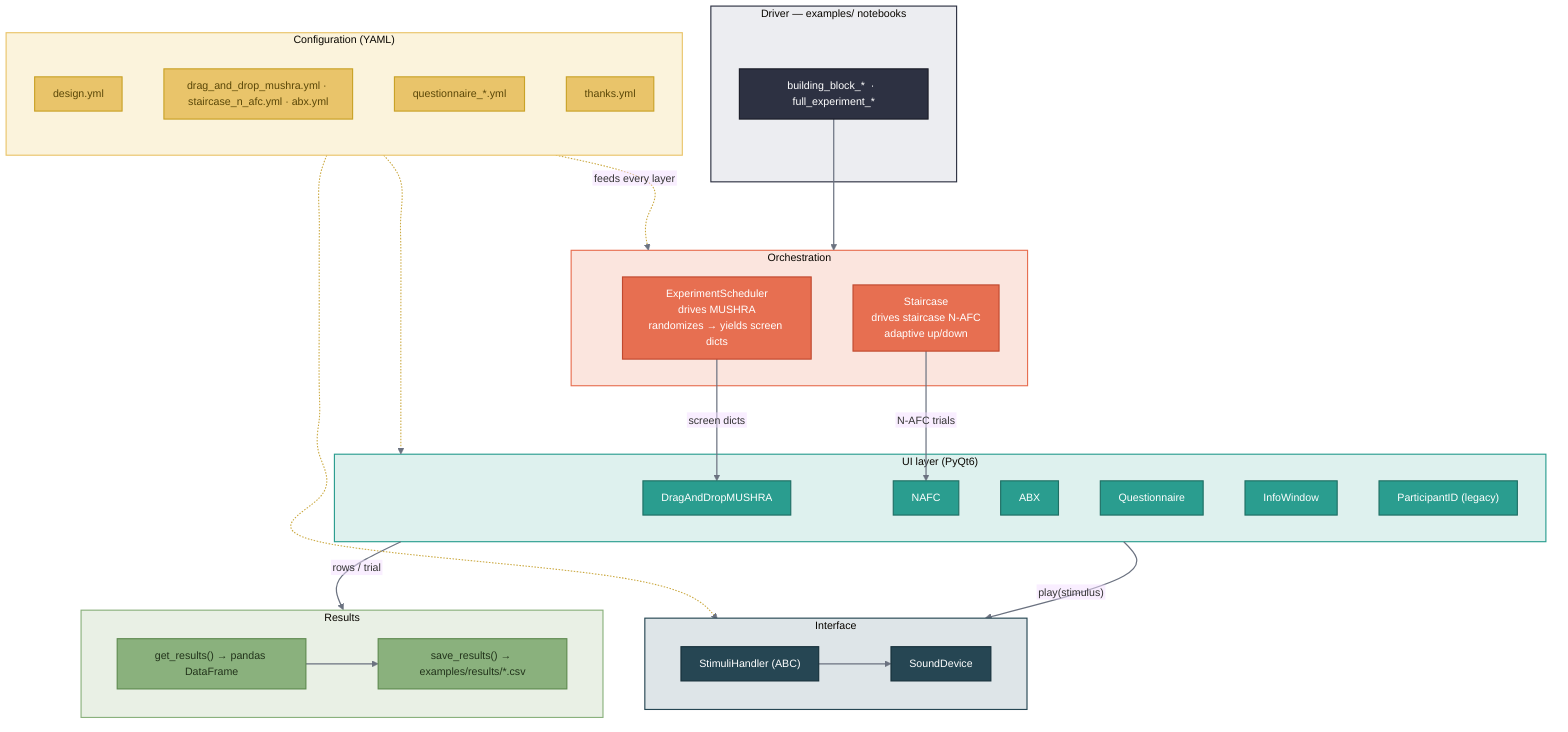
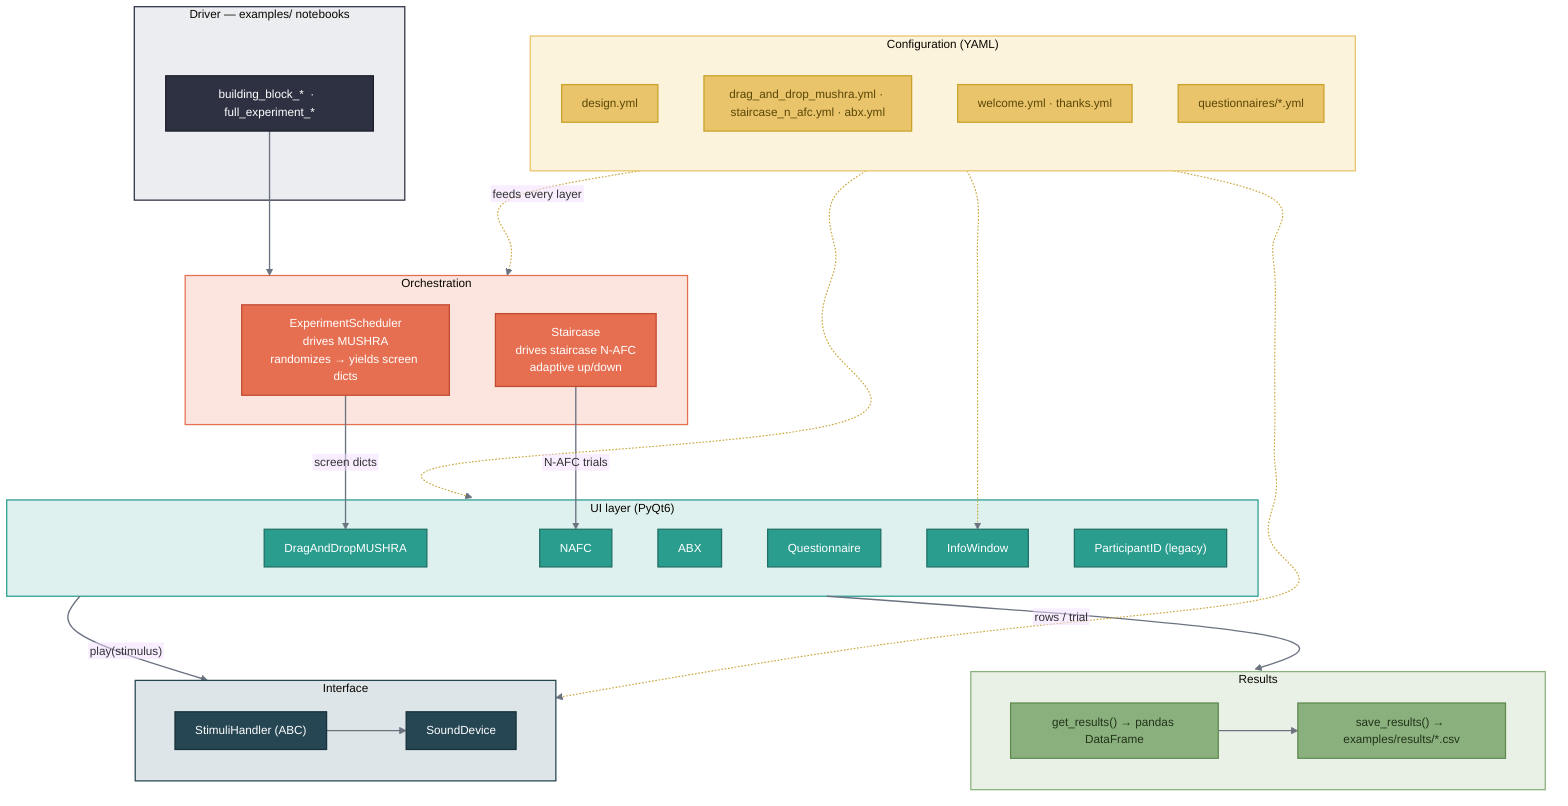
%% whispy architecture — paste into https://mermaid.live to export PNG/SVG
%%{init: {"theme":"base","fontFamily":"Arial","themeVariables":{"fontFamily":"Arial","fontSize":"14px","lineColor":"#6b7280"},"flowchart":{"curve":"natural","nodeSpacing":55,"rankSpacing":70,"padding":12,"htmlLabels":false,"useMaxWidth":true}}}%%

flowchart TB
    subgraph DRV["Driver — examples/ notebooks"]
        NB["building_block_*  ·  full_experiment_*"]
    end

    subgraph CFG["Configuration (YAML)"]
        direction TB
        C1["design.yml"]
        C2["drag_and_drop_mushra.yml · staircase_n_afc.yml · abx.yml"]
-         C5["questionnaire_*.yml"]
-         C6["thanks.yml"]
+         C3["welcome.yml · thanks.yml"]
+         C4["questionnaires/*.yml"]
    end

    subgraph ORCH["Orchestration"]
        SCH["ExperimentScheduler<br/>drives MUSHRA<br/>randomizes → yields screen dicts"]
        STC["Staircase<br/>drives staircase N-AFC<br/>adaptive up/down"]
    end

    subgraph UI["UI layer (PyQt6)"]
        MU["DragAndDropMUSHRA"]
        NA["NAFC"]
        AB["ABX"]
        QU["Questionnaire"]
        IN["InfoWindow"]
        PI["ParticipantID (legacy)"]
    end

    subgraph AUD["Interface"]
        SH["StimuliHandler (ABC)"]
        SD["SoundDevice"]
    end

    subgraph RES["Results"]
        GR["get_results() → pandas DataFrame"]
        SR["save_results() → examples/results/*.csv"]
    end

    NB --> ORCH
    SCH -->|screen dicts| MU
    STC -->|N-AFC trials| NA
    UI -->|"play(stimulus)"| AUD
    SH --> SD
    UI -->|rows / trial| RES
    GR --> SR

    CFG -. feeds every layer .-> ORCH
    CFG -.-> UI
    CFG -.-> AUD
+     C3 -.-> IN

    classDef cfg fill:#E9C46A,stroke:#C9A227,stroke-width:1.5px,color:#5a4708;
    classDef orch fill:#E76F51,stroke:#c0492f,stroke-width:1.5px,color:#fff;
    classDef ui fill:#2A9D8F,stroke:#1f6f64,stroke-width:1.5px,color:#fff;
    classDef aud fill:#264653,stroke:#16303a,stroke-width:1.5px,color:#fff;
    classDef res fill:#8AB17D,stroke:#5e8a4f,stroke-width:1.5px,color:#22331b;
    classDef drv fill:#2D3142,stroke:#1b1d28,stroke-width:1.5px,color:#fff;
-     class C1,C2,C5,C6 cfg;
+     class C1,C2,C3,C4 cfg;
    class SCH,STC orch;
    class MU,NA,AB,QU,IN,PI ui;
    class SH,SD aud;
    class GR,SR res;
    class NB drv;

    %% soft per-cluster background tints (a light wash of each group's colour)
    style DRV fill:#ECEDF1,stroke:#2D3142,stroke-width:1.5px,color:#2D3142;
    style CFG fill:#FBF3DC,stroke:#E9C46A,stroke-width:1.5px,color:#5a4708;
    style ORCH fill:#FBE5DE,stroke:#E76F51,stroke-width:1.5px,color:#7a2e1c;
    style UI fill:#DEF1EE,stroke:#2A9D8F,stroke-width:1.5px,color:#1f6f64;
    style AUD fill:#DEE5E8,stroke:#264653,stroke-width:1.5px,color:#264653;
    style RES fill:#E9F0E5,stroke:#8AB17D,stroke-width:1.5px,color:#3f5a33;

    %% edges: data flow in grey, the dotted config feeds in soft gold
    linkStyle default stroke:#6b7280,stroke-width:1.6px;
-     linkStyle 7,8,9 stroke:#caa83f,stroke-width:1.4px;
+     linkStyle 7,8,9,10 stroke:#caa83f,stroke-width:1.4px;
